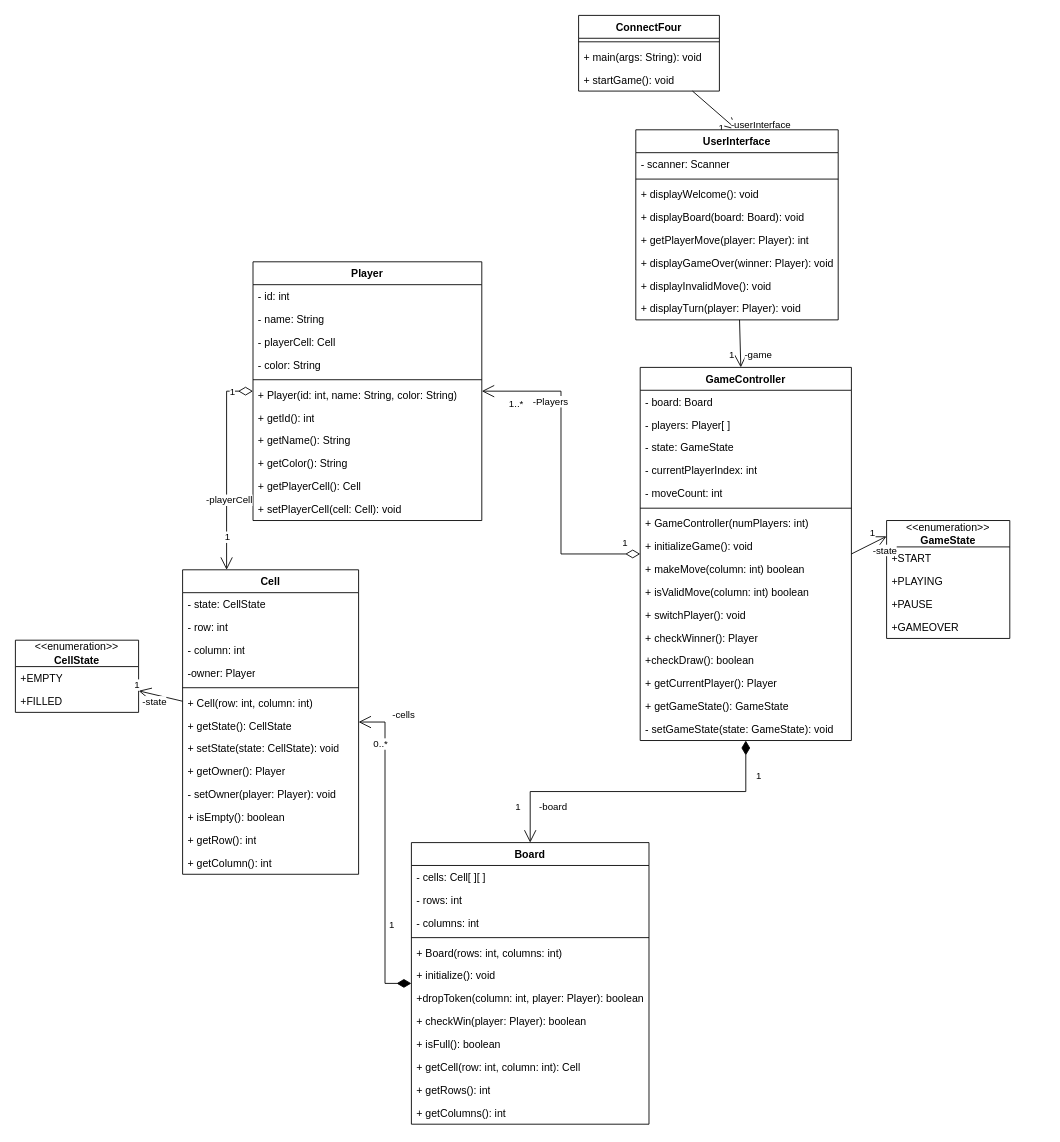
Before: ClassDiagram.drawio in rootofpower/konceptmodel, a draw.io diagram. Source tidied: cells renumbered, new cells numbered last; positions are measured from the earlier drawing's top-left corner, leaving out a move shared by most shapes. Both pictures are drawn from the tidied source at 88%, with x=0, y=0 at pixel (15, 15).
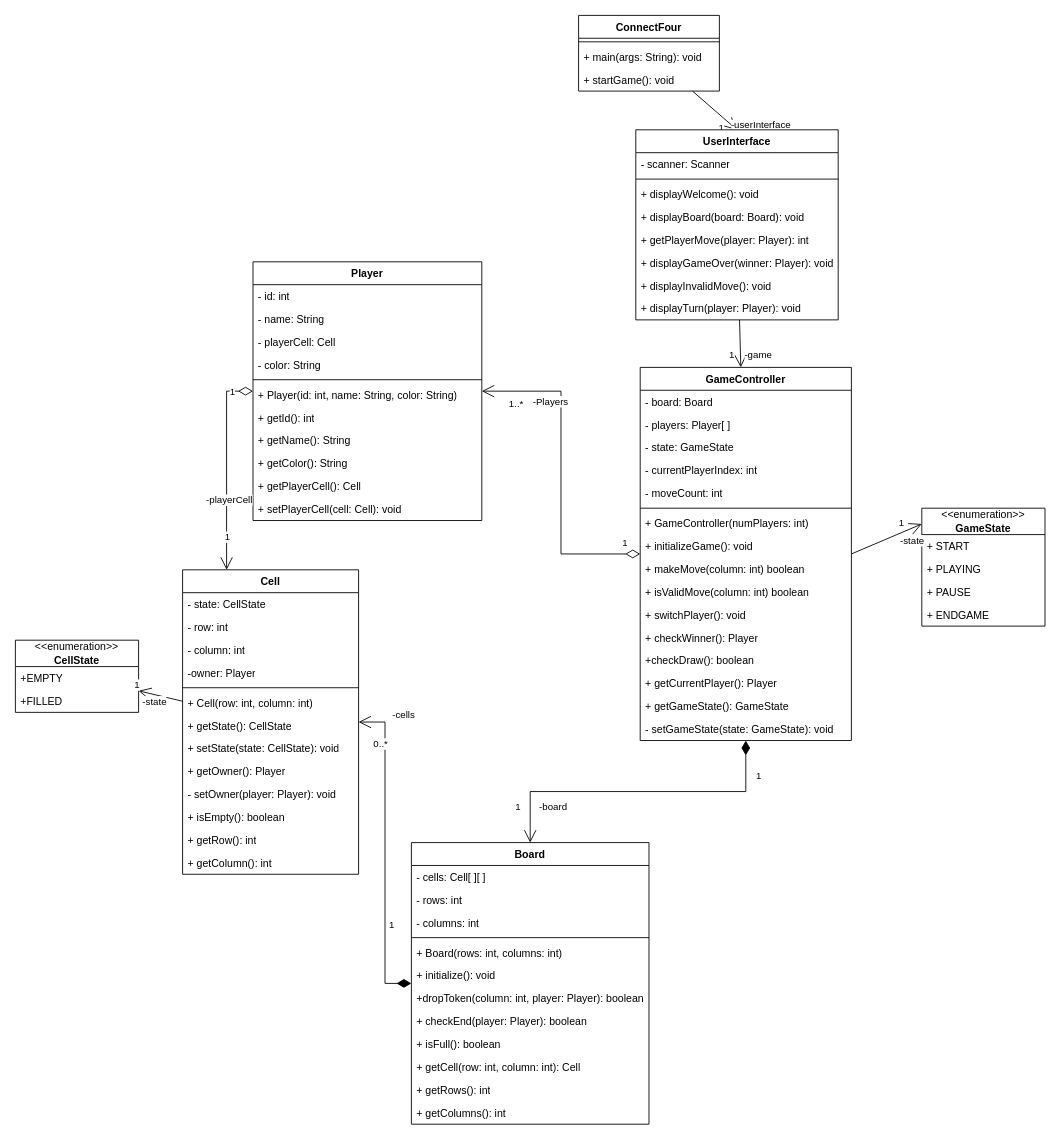
The same diagram, later.

Unchanged cells that the change refers to:
```xml
<mxCell id="38" value="Board" style="swimlane;fontStyle=1;align=center;verticalAlign=top;horizontal=1;startSize=26;whiteSpace=wrap;html=1;" parent="1" vertex="1">
  <mxGeometry x="450" y="940" width="270" height="320" as="geometry" />
</mxCell>
```

Change to the diagram source:
```diff
@@
-    <mxCell id="46" value="+ checkWin(player: Player): boolean" style="text;strokeColor=none;fillColor=none;align=left;verticalAlign=top;spacingLeft=4;spacingRight=4;overflow=hidden;whiteSpace=wrap;html=1;" parent="38" vertex="1">
+    <mxCell id="46" value="+ checkEnd(player: Player): boolean" style="text;strokeColor=none;fillColor=none;align=left;verticalAlign=top;spacingLeft=4;spacingRight=4;overflow=hidden;whiteSpace=wrap;html=1;" parent="38" vertex="1">
       <mxGeometry y="190" width="270" height="26" as="geometry" />
     </mxCell>
@@
     <mxCell id="63" value="&amp;lt;&amp;lt;enumeration&amp;gt;&amp;gt;&lt;br&gt;&lt;b&gt;GameState&lt;/b&gt;" style="swimlane;fontStyle=0;horizontal=1;startSize=30;fillColor=none;whiteSpace=wrap;html=1;" parent="1" vertex="1">
-      <mxGeometry x="990" y="574" width="140" height="134" as="geometry" />
+      <mxGeometry x="1030" y="560" width="140" height="134" as="geometry" />
     </mxCell>
-    <mxCell id="64" value="+START" style="text;strokeColor=none;fillColor=none;align=left;verticalAlign=top;spacingLeft=4;spacingRight=4;overflow=hidden;whiteSpace=wrap;html=1;" parent="63" vertex="1">
+    <mxCell id="64" value="+ START" style="text;strokeColor=none;fillColor=none;align=left;verticalAlign=top;spacingLeft=4;spacingRight=4;overflow=hidden;whiteSpace=wrap;html=1;" parent="63" vertex="1">
       <mxGeometry y="30" width="140" height="26" as="geometry" />
     </mxCell>
-    <mxCell id="65" value="+PLAYING" style="text;strokeColor=none;fillColor=none;align=left;verticalAlign=top;spacingLeft=4;spacingRight=4;overflow=hidden;whiteSpace=wrap;html=1;" parent="63" vertex="1">
+    <mxCell id="65" value="+ PLAYING" style="text;strokeColor=none;fillColor=none;align=left;verticalAlign=top;spacingLeft=4;spacingRight=4;overflow=hidden;whiteSpace=wrap;html=1;" parent="63" vertex="1">
       <mxGeometry y="56" width="140" height="26" as="geometry" />
     </mxCell>
-    <mxCell id="66" value="+PAUSE" style="text;strokeColor=none;fillColor=none;align=left;verticalAlign=top;spacingLeft=4;spacingRight=4;overflow=hidden;whiteSpace=wrap;html=1;" parent="63" vertex="1">
+    <mxCell id="66" value="+ PAUSE" style="text;strokeColor=none;fillColor=none;align=left;verticalAlign=top;spacingLeft=4;spacingRight=4;overflow=hidden;whiteSpace=wrap;html=1;" parent="63" vertex="1">
       <mxGeometry y="82" width="140" height="26" as="geometry" />
     </mxCell>
-    <mxCell id="67" value="+GAMEOVER" style="text;strokeColor=none;fillColor=none;align=left;verticalAlign=top;spacingLeft=4;spacingRight=4;overflow=hidden;whiteSpace=wrap;html=1;" parent="63" vertex="1">
+    <mxCell id="67" value="+ ENDGAME" style="text;strokeColor=none;fillColor=none;align=left;verticalAlign=top;spacingLeft=4;spacingRight=4;overflow=hidden;whiteSpace=wrap;html=1;" parent="63" vertex="1">
       <mxGeometry y="108" width="140" height="26" as="geometry" />
     </mxCell>
```
